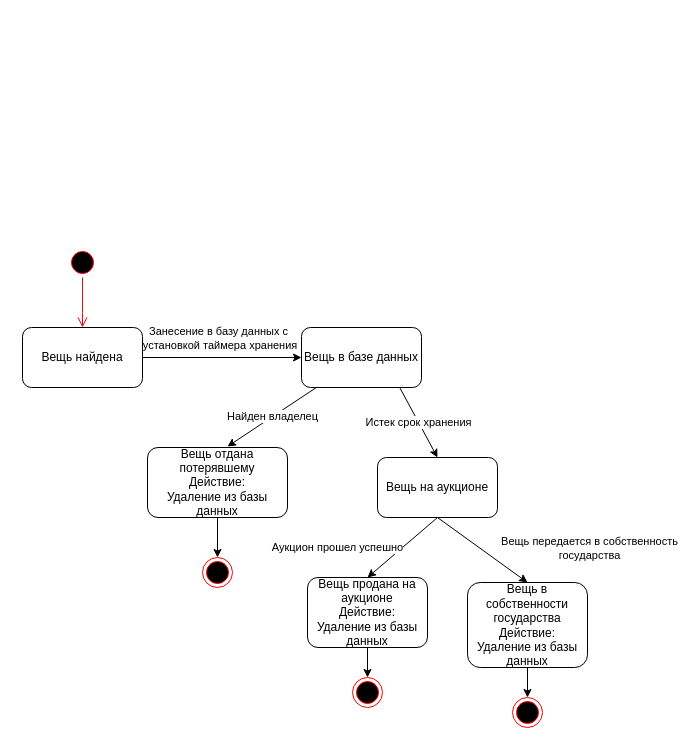
The draw.io diagram page "Page-3" (3 of 6) of TimeByro.drawio in zaxarello/DMS, before the edit. Source tidied: cells renumbered, new cells numbered last; positions are measured from the earlier drawing's top-left corner, leaving out a move shared by most shapes. Both pictures are drawn from the tidied source at 100%, with x=0, y=0 at pixel (22, 247).
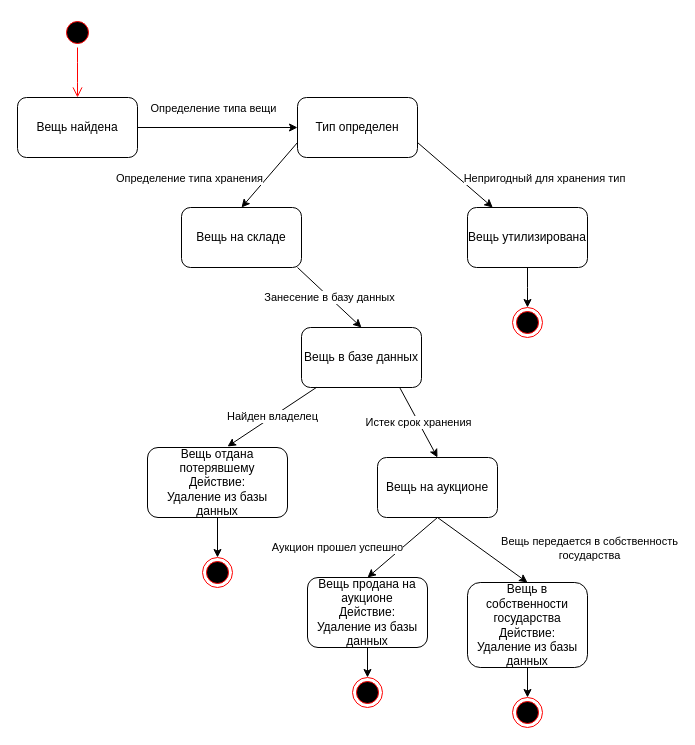
After the change.

The change refers to these unchanged cells:
```xml
<mxCell id="7" value="Вещь в базе данных" style="rounded=1;whiteSpace=wrap;html=1;" parent="1" vertex="1">
  <mxGeometry x="279" y="80" width="120" height="60" as="geometry" />
</mxCell>
```

Change to the diagram source:
```diff
@@
     <mxCell id="2" style="ellipse;html=1;shape=startState;fillColor=#000000;strokeColor=#ff0000;" parent="1" vertex="1">
-      <mxGeometry x="45" width="30" height="30" as="geometry" />
+      <mxGeometry x="40" y="-230" width="30" height="30" as="geometry" />
     </mxCell>
     <mxCell id="3" style="edgeStyle=orthogonalEdgeStyle;html=1;verticalAlign=bottom;endArrow=open;endSize=8;strokeColor=#ff0000;" parent="1" edge="1" source="2">
       <mxGeometry relative="1" as="geometry">
-        <mxPoint x="60" y="80" as="targetPoint" />
+        <mxPoint x="55" y="-150" as="targetPoint" />
       </mxGeometry>
     </mxCell>
-    <mxCell id="4" style="edgeStyle=orthogonalEdgeStyle;rounded=0;jettySize=auto;html=1;" parent="1" edge="1" source="6" target="7">
+    <mxCell id="4" style="edgeStyle=orthogonalEdgeStyle;rounded=0;jettySize=auto;html=1;exitX=1;exitY=0.5;exitDx=0;exitDy=0;entryX=0;entryY=0.5;entryDx=0;entryDy=0;" parent="1" edge="1" source="6" target="23">
       <mxGeometry relative="1" as="geometry" />
     </mxCell>
-    <mxCell id="5" value="Занесение в базу данных с&lt;br&gt;&amp;nbsp;установкой таймера хранения" style="edgeLabel;html=1;align=center;verticalAlign=middle;" parent="4" vertex="1">
+    <mxCell id="5" value="Определение типа вещи" style="edgeLabel;html=1;align=center;verticalAlign=middle;" parent="4" vertex="1">
       <mxGeometry x="-0.17" y="-1" relative="1" as="geometry">
         <mxPoint x="9" y="-21" as="offset" />
       </mxGeometry>
     </mxCell>
     <mxCell id="6" value="Вещь найдена" style="rounded=1;whiteSpace=wrap;html=1;" parent="1" vertex="1">
-      <mxGeometry y="80" width="120" height="60" as="geometry" />
+      <mxGeometry x="-5" y="-150" width="120" height="60" as="geometry" />
     </mxCell>
@@
+    <mxCell id="23" value="Тип определен" style="rounded=1;whiteSpace=wrap;html=1;" parent="1" vertex="1">
+      <mxGeometry x="275" y="-150" width="120" height="60" as="geometry" />
+    </mxCell>
+    <mxCell id="24" style="edgeStyle=orthogonalEdgeStyle;rounded=0;jettySize=auto;html=1;entryX=0.5;entryY=0;entryDx=0;entryDy=0;" parent="1" edge="1" source="25">
+      <mxGeometry relative="1" as="geometry">
+        <mxPoint x="505" y="60" as="targetPoint" />
+      </mxGeometry>
+    </mxCell>
+    <mxCell id="25" value="Вещь утилизирована" style="rounded=1;whiteSpace=wrap;html=1;" parent="1" vertex="1">
+      <mxGeometry x="445" y="-40" width="120" height="60" as="geometry" />
+    </mxCell>
+    <mxCell id="26" value="Непригодный для хранения тип" style="endArrow=classic;html=1;exitX=1;exitY=0.75;exitDx=0;exitDy=0;" parent="1" edge="1" source="23" target="25">
+      <mxGeometry x="1" y="54" relative="1" as="geometry">
+        <mxPoint x="17" y="12" as="offset" />
+      </mxGeometry>
+    </mxCell>
+    <mxCell id="27" value="Вещь на складе" style="rounded=1;whiteSpace=wrap;html=1;" parent="1" vertex="1">
+      <mxGeometry x="159" y="-40" width="120" height="60" as="geometry" />
+    </mxCell>
+    <mxCell id="28" style="endArrow=classic;html=1;exitX=0;exitY=0.75;exitDx=0;exitDy=0;entryX=0.5;entryY=0;entryDx=0;entryDy=0;" parent="1" edge="1" source="23" target="27">
+      <mxGeometry relative="1" as="geometry" />
+    </mxCell>
+    <mxCell id="29" value="Определение типа хранения" style="edgeLabel;html=1;align=center;verticalAlign=middle;" parent="28" vertex="1">
+      <mxGeometry x="-0.35" y="-3" relative="1" as="geometry">
+        <mxPoint x="-88" y="16" as="offset" />
+      </mxGeometry>
+    </mxCell>
+    <mxCell id="30" value="Занесение в базу данных" style="endArrow=classic;html=1;entryX=0.5;entryY=0;entryDx=0;entryDy=0;" parent="1" edge="1" target="7">
+      <mxGeometry relative="1" as="geometry">
+        <mxPoint x="275" y="20" as="sourcePoint" />
+      </mxGeometry>
+    </mxCell>
+    <mxCell id="31" style="ellipse;html=1;shape=endState;fillColor=#000000;strokeColor=#ff0000;" parent="1" vertex="1">
+      <mxGeometry x="490" y="60" width="30" height="30" as="geometry" />
+    </mxCell>
```
